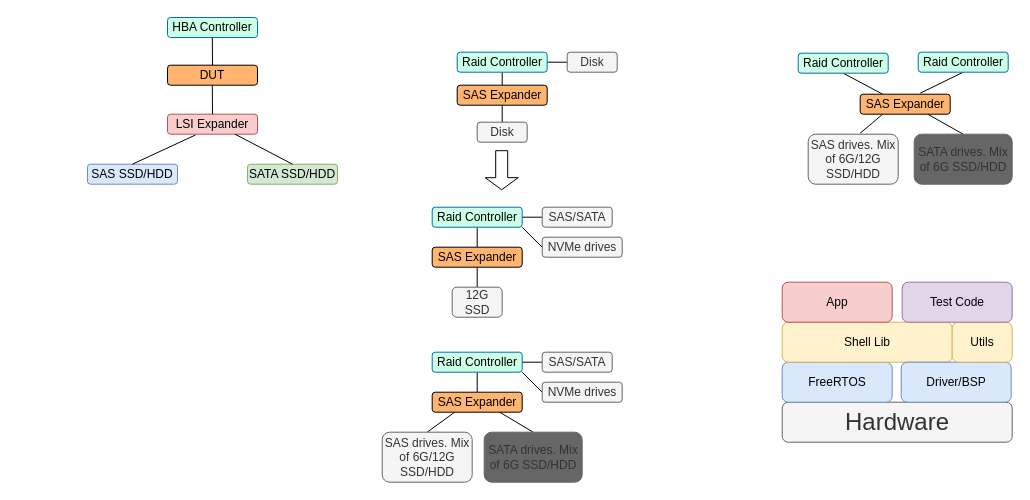
Before: page "Page-1" (1 of 2) of Untitled Diagram.drawio in laoyao1992/shell_study, a draw.io diagram. Source tidied: cells renumbered, new cells numbered last; positions are measured from the earlier drawing's top-left corner, leaving out a move shared by most shapes. Both pictures are drawn from the tidied source at 100%, with x=0, y=0 at pixel (87, 17).
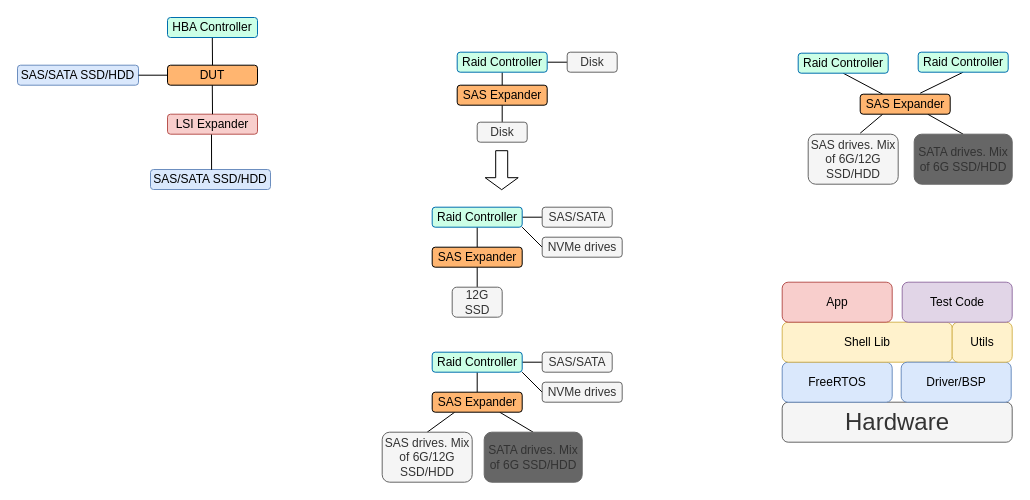
The same page after the edit.

The change refers to these unchanged cells:
```xml
<mxCell id="46" value="DUT" style="rounded=1;whiteSpace=wrap;html=1;fontColor=#000000;fillColor=#FFB570;" parent="1" vertex="1">
  <mxGeometry x="80" y="47.7" width="90" height="20" as="geometry" />
</mxCell>
<mxCell id="48" value="LSI Expander" style="rounded=1;whiteSpace=wrap;html=1;fillColor=#f8cecc;strokeColor=#b85450;" parent="1" vertex="1">
  <mxGeometry x="80" y="96.7" width="90" height="20" as="geometry" />
</mxCell>
```

Change to the diagram source:
```diff
@@
-    <mxCell id="51" value="SAS SSD/HDD" style="rounded=1;whiteSpace=wrap;html=1;fillColor=#dae8fc;strokeColor=#6c8ebf;" parent="1" vertex="1">
-      <mxGeometry y="146.7" width="90" height="20" as="geometry" />
+    <mxCell id="51" value="SAS/SATA SSD/HDD" style="rounded=1;whiteSpace=wrap;html=1;fillColor=#dae8fc;strokeColor=#6c8ebf;" parent="1" vertex="1">
+      <mxGeometry x="63" y="152" width="120" height="20" as="geometry" />
     </mxCell>
-    <mxCell id="52" value="SATA SSD/HDD" style="rounded=1;whiteSpace=wrap;html=1;fillColor=#d5e8d4;strokeColor=#82b366;" parent="1" vertex="1">
-      <mxGeometry x="160" y="146.7" width="90" height="20" as="geometry" />
-    </mxCell>
-    <mxCell id="53" style="endArrow=none;html=1;exitX=0.5;exitY=0;exitDx=0;exitDy=0;entryX=0.31;entryY=1.042;entryDx=0;entryDy=0;entryPerimeter=0;" parent="1" edge="1" target="48">
-      <mxGeometry relative="1" as="geometry">
-        <mxPoint x="44.9" y="146.7" as="sourcePoint" />
-      </mxGeometry>
-    </mxCell>
-    <mxCell id="54" style="endArrow=none;html=1;exitX=0.5;exitY=0;exitDx=0;exitDy=0;entryX=0.75;entryY=1;entryDx=0;entryDy=0;" parent="1" edge="1" source="52" target="48">
-      <mxGeometry relative="1" as="geometry" />
-    </mxCell>
+    <mxCell id="55" value="SAS/SATA SSD/HDD" style="rounded=1;whiteSpace=wrap;html=1;fillColor=#dae8fc;strokeColor=#6c8ebf;" parent="1" vertex="1">
+      <mxGeometry x="-70" y="47.7" width="121" height="20" as="geometry" />
+    </mxCell>
+    <mxCell id="56" style="endArrow=none;html=1;entryX=0;entryY=0.5;entryDx=0;entryDy=0;exitX=1;exitY=0.5;exitDx=0;exitDy=0;" parent="1" edge="1" source="55" target="46">
+      <mxGeometry relative="1" as="geometry" />
+    </mxCell>
+    <mxCell id="57" style="endArrow=none;html=1;exitX=0.509;exitY=0.015;exitDx=0;exitDy=0;exitPerimeter=0;" parent="1" edge="1" source="51">
+      <mxGeometry relative="1" as="geometry">
+        <mxPoint x="124" y="117" as="targetPoint" />
+      </mxGeometry>
+    </mxCell>
```
